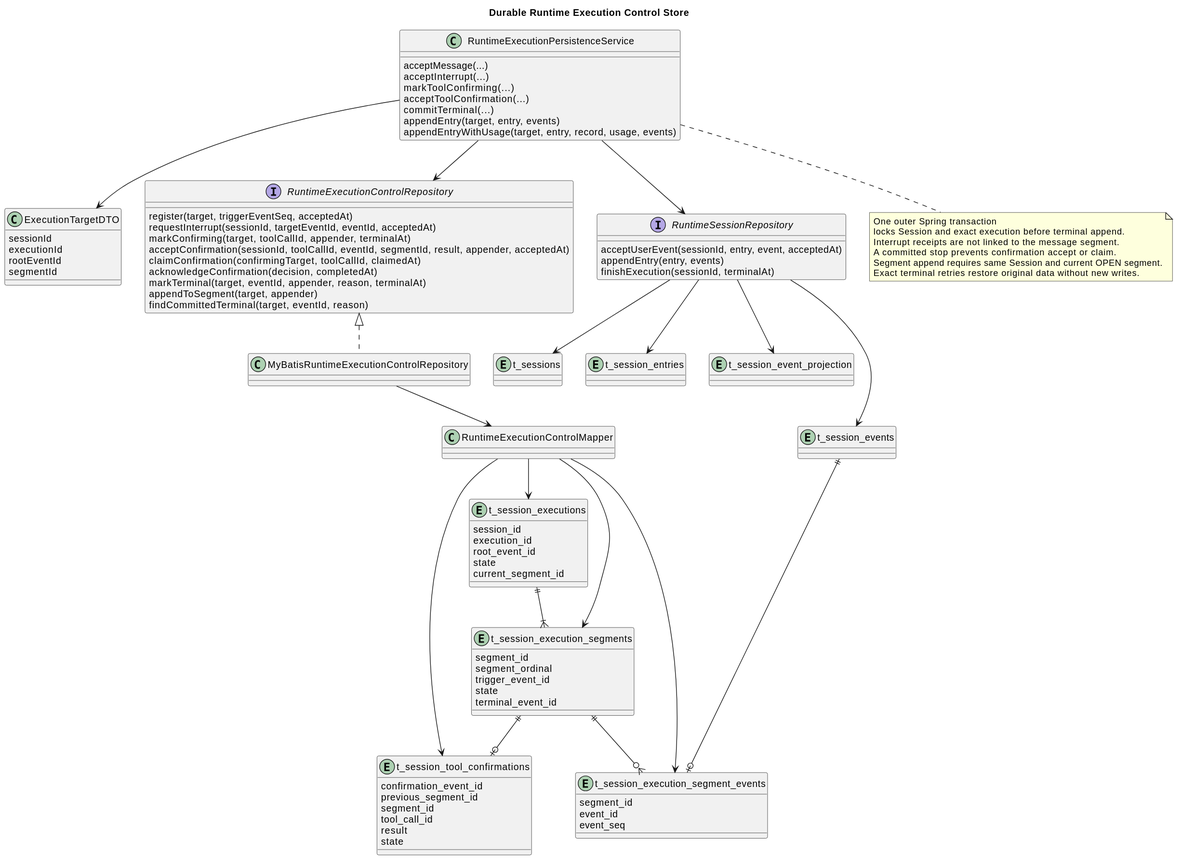
The PlantUML diagram docs/designs/runtime-execution-control/runtime_execution_control_store.svg in 2862282695gjh-afk/pi-mono-java, before a commit.
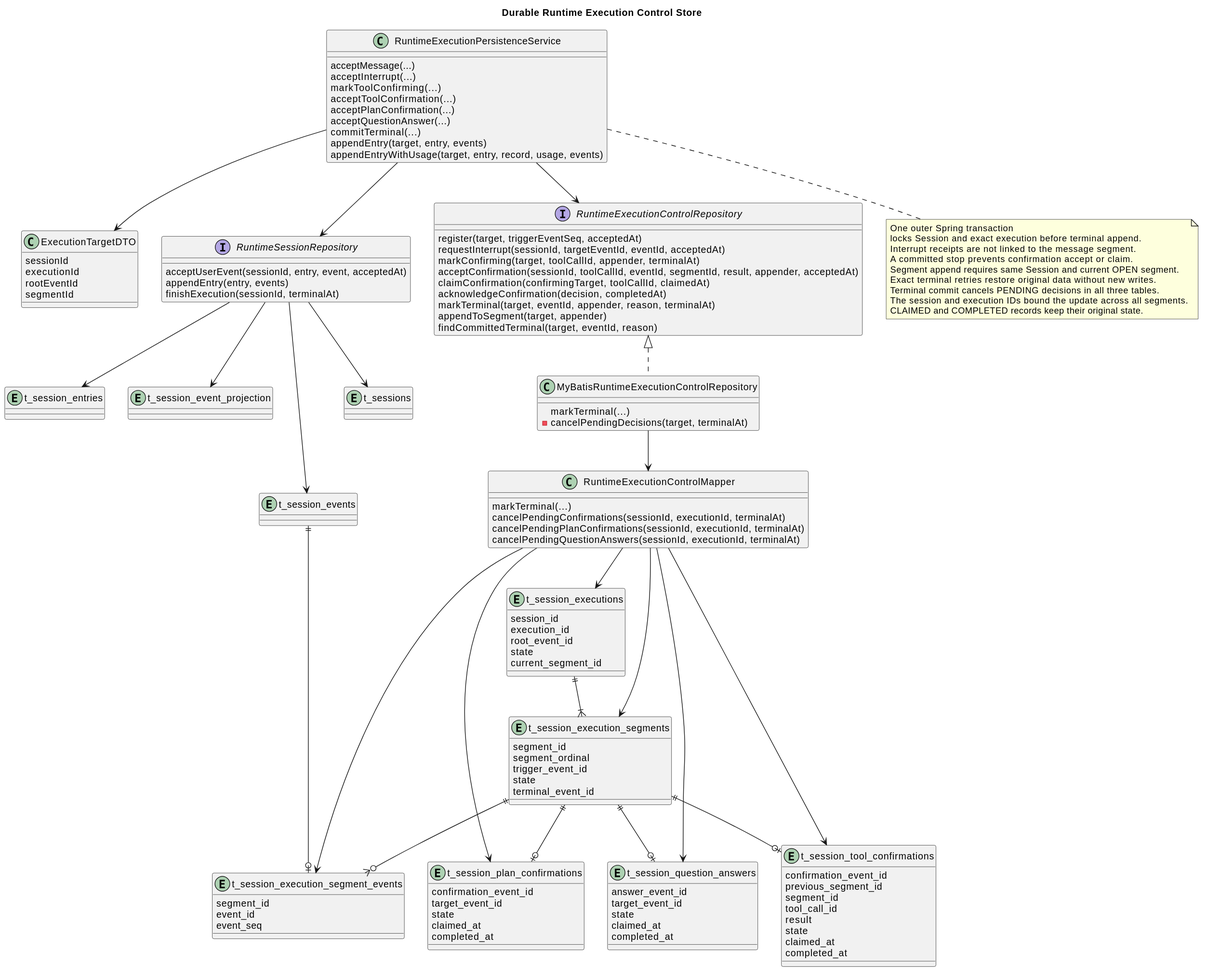
The same file after the commit.

Diff of the diagram source:
```diff
@@ -5,6 +5,8 @@
   acceptInterrupt(...)
   markToolConfirming(...)
   acceptToolConfirmation(...)
+  acceptPlanConfirmation(...)
+  acceptQuestionAnswer(...)
   commitTerminal(...)
   appendEntry(target, entry, events)
   appendEntryWithUsage(target, entry, record, usage, events)
@@ -35,8 +37,16 @@
   finishExecution(sessionId, terminalAt)
 }
 
-class MyBatisRuntimeExecutionControlRepository
-class RuntimeExecutionControlMapper
+class MyBatisRuntimeExecutionControlRepository {
+  markTerminal(...)
+  - cancelPendingDecisions(target, terminalAt)
+}
+class RuntimeExecutionControlMapper {
+  markTerminal(...)
+  cancelPendingConfirmations(sessionId, executionId, terminalAt)
+  cancelPendingPlanConfirmations(sessionId, executionId, terminalAt)
+  cancelPendingQuestionAnswers(sessionId, executionId, terminalAt)
+}
 
 entity "t_session_executions" as t_session_executions {
   session_id
@@ -67,6 +77,24 @@
   tool_call_id
   result
   state
+  claimed_at
+  completed_at
+}
+
+entity "t_session_plan_confirmations" as t_session_plan_confirmations {
+  confirmation_event_id
+  target_event_id
+  state
+  claimed_at
+  completed_at
+}
+
+entity "t_session_question_answers" as t_session_question_answers {
+  answer_event_id
+  target_event_id
+  state
+  claimed_at
+  completed_at
 }
 
 entity "t_sessions" as t_sessions
@@ -83,6 +111,8 @@
 RuntimeExecutionControlMapper --> t_session_execution_segments
 RuntimeExecutionControlMapper --> t_session_execution_segment_events
 RuntimeExecutionControlMapper --> t_session_tool_confirmations
+RuntimeExecutionControlMapper --> t_session_plan_confirmations
+RuntimeExecutionControlMapper --> t_session_question_answers
 RuntimeSessionRepository --> t_sessions
 RuntimeSessionRepository --> t_session_entries
 RuntimeSessionRepository --> t_session_events
@@ -90,6 +120,8 @@
 t_session_executions ||--|{ t_session_execution_segments
 t_session_execution_segments ||--o{ t_session_execution_segment_events
 t_session_execution_segments ||--o| t_session_tool_confirmations
+t_session_execution_segments ||--o| t_session_plan_confirmations
+t_session_execution_segments ||--o| t_session_question_answers
 t_session_events ||--o| t_session_execution_segment_events
 
 note bottom of RuntimeExecutionPersistenceService
@@ -99,5 +131,8 @@
   A committed stop prevents confirmation accept or claim.
   Segment append requires same Session and current OPEN segment.
   Exact terminal retries restore original data without new writes.
+  Terminal commit cancels PENDING decisions in all three tables.
+  The session and execution IDs bound the update across all segments.
+  CLAIMED and COMPLETED records keep their original state.
 end note
 @enduml
```
